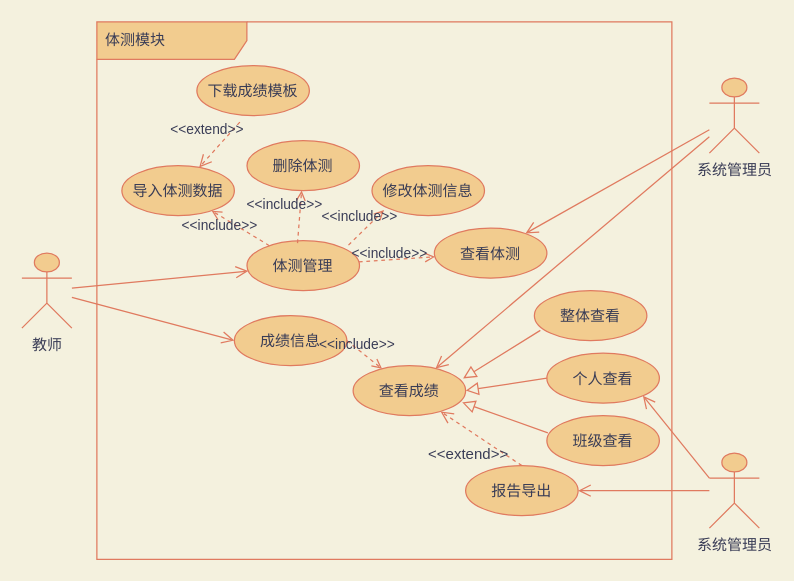
Before: docs/img-raw/需求分析/体测模块用例图.drawio in rufeng-h/healthman, a draw.io diagram. Source tidied: cells renumbered, new cells numbered last; positions are measured from the earlier drawing's top-left corner, leaving out a move shared by most shapes. Both pictures are drawn from the tidied source at 125%, with x=0, y=0 at pixel (21, 21).
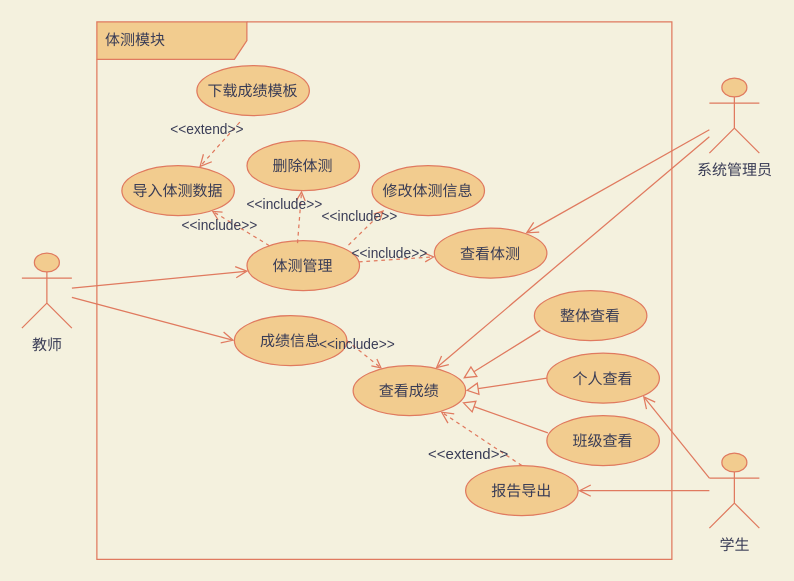
The same diagram, later.

What changed in the source:
```diff
@@
-    <mxCell id="29" value="系统管理员" style="shape=umlActor;verticalLabelPosition=bottom;verticalAlign=top;html=1;outlineConnect=0;fillColor=#F2CC8F;strokeColor=#E07A5F;fontColor=#393C56;" parent="1" vertex="1">
+    <mxCell id="29" value="学生" style="shape=umlActor;verticalLabelPosition=bottom;verticalAlign=top;html=1;outlineConnect=0;fillColor=#F2CC8F;strokeColor=#E07A5F;fontColor=#393C56;" parent="1" vertex="1">
       <mxGeometry x="550" y="345" width="40" height="60" as="geometry" />
     </mxCell>
```
